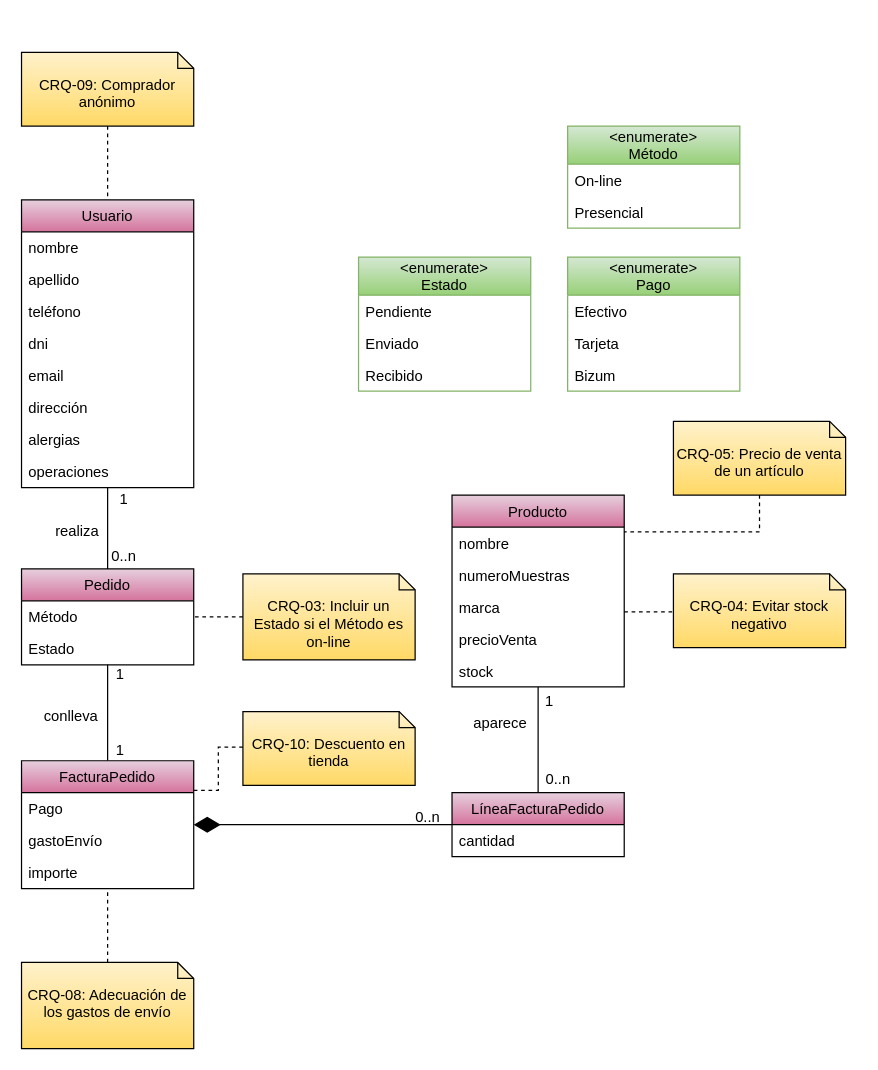
Above: page "Venta" (3 of 4) of Recursos/Diagrama UML IR.drawio in Jesusjbs/clinicaDental-ir (draw.io), before the change. Source tidied: cells renumbered, new cells numbered last; positions are measured from the earlier drawing's top-left corner, leaving out a move shared by most shapes. Both pictures are drawn from the tidied source at 123%, with x=0, y=0 at pixel (21, 52).
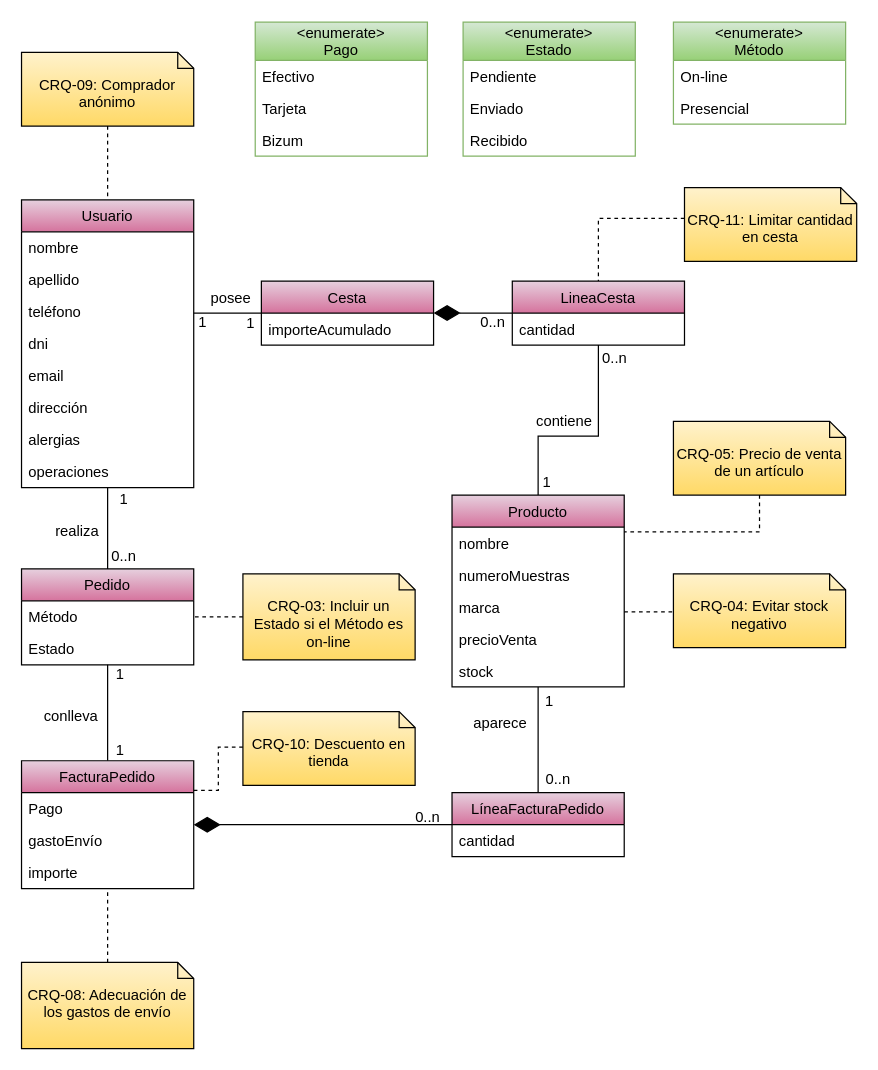
The same page after the edit.

The change refers to these unchanged cells:
```xml
<mxCell id="13" value="Producto" style="swimlane;fontStyle=0;horizontal=1;startSize=26;fillColor=#E6D0DE;gradientColor=#D5739D;" parent="1" vertex="1">
  <mxGeometry x="350" y="360" width="140" height="156" as="geometry" />
</mxCell>
<mxCell id="31" value="Usuario" style="swimlane;fontStyle=0;horizontal=1;startSize=26;fillColor=#E6D0DE;gradientColor=#D5739D;" parent="1" vertex="1">
  <mxGeometry y="120" width="140" height="234" as="geometry" />
</mxCell>
```

Change to the diagram source:
```diff
@@
     <mxCell id="6" value="&lt;enumerate&gt;&#10;Método" style="swimlane;fontStyle=0;horizontal=1;startSize=31;fillColor=#d5e8d4;strokeColor=#82b366;gradientColor=#97D077;" parent="1" vertex="1">
-      <mxGeometry x="444" y="60" width="140" height="83" as="geometry" />
+      <mxGeometry x="530" y="-24.5" width="140" height="83" as="geometry" />
     </mxCell>
@@
     <mxCell id="19" value="&lt;enumerate&gt;&#10;Pago" style="swimlane;fontStyle=0;horizontal=1;startSize=31;fillColor=#d5e8d4;strokeColor=#82b366;gradientColor=#97D077;" parent="1" vertex="1">
-      <mxGeometry x="444" y="166.5" width="140" height="109" as="geometry" />
+      <mxGeometry x="190" y="-24.5" width="140" height="109" as="geometry" />
     </mxCell>
@@
     <mxCell id="23" value="&lt;enumerate&gt;&#10;Estado" style="swimlane;fontStyle=0;horizontal=1;startSize=31;fillColor=#d5e8d4;strokeColor=#82b366;gradientColor=#97D077;" parent="1" vertex="1">
-      <mxGeometry x="274" y="166.5" width="140" height="109" as="geometry" />
+      <mxGeometry x="359" y="-24.5" width="140" height="109" as="geometry" />
     </mxCell>
@@
+    <mxCell id="63" value="Cesta" style="swimlane;fontStyle=0;horizontal=1;startSize=26;fillColor=#E6D0DE;gradientColor=#D5739D;" parent="1" vertex="1">
+      <mxGeometry x="195" y="186" width="140" height="52" as="geometry" />
+    </mxCell>
+    <mxCell id="64" value="importeAcumulado" style="text;strokeColor=none;fillColor=none;align=left;verticalAlign=top;spacingLeft=4;spacingRight=4;overflow=hidden;" parent="63" vertex="1">
+      <mxGeometry y="26" width="140" height="26" as="geometry" />
+    </mxCell>
+    <mxCell id="65" value="LineaCesta" style="swimlane;fontStyle=0;horizontal=1;startSize=26;fillColor=#E6D0DE;gradientColor=#D5739D;" parent="1" vertex="1">
+      <mxGeometry x="399" y="186" width="140" height="52" as="geometry" />
+    </mxCell>
+    <mxCell id="66" value="cantidad" style="text;strokeColor=none;fillColor=none;align=left;verticalAlign=top;spacingLeft=4;spacingRight=4;overflow=hidden;" parent="65" vertex="1">
+      <mxGeometry y="26" width="140" height="26" as="geometry" />
+    </mxCell>
+    <mxCell id="67" style="endArrow=none;html=1;edgeStyle=orthogonalEdgeStyle;rounded=0;" parent="1" edge="1" source="65" target="13">
+      <mxGeometry relative="1" as="geometry">
+        <Array as="points">
+          <mxPoint x="469" y="312" />
+          <mxPoint x="420" y="312" />
+        </Array>
+      </mxGeometry>
+    </mxCell>
+    <mxCell id="68" style="endArrow=none;html=1;edgeStyle=orthogonalEdgeStyle;" parent="1" edge="1" source="31" target="63">
+      <mxGeometry relative="1" as="geometry">
+        <Array as="points">
+          <mxPoint x="150" y="212" />
+          <mxPoint x="150" y="212" />
+        </Array>
+      </mxGeometry>
+    </mxCell>
+    <mxCell id="69" value="posee" style="text;html=1;align=center;verticalAlign=middle;" parent="1" vertex="1">
+      <mxGeometry x="145" y="190" width="50" height="20" as="geometry" />
+    </mxCell>
+    <mxCell id="70" style="endArrow=diamondThin;html=1;edgeStyle=orthogonalEdgeStyle;endFill=1;startSize=19;endSize=19;" parent="1" edge="1" source="65" target="63">
+      <mxGeometry relative="1" as="geometry" />
+    </mxCell>
+    <mxCell id="71" value="0..n" style="text;html=1;align=center;verticalAlign=middle;" parent="1" vertex="1">
+      <mxGeometry x="363" y="210" width="40" height="20" as="geometry" />
+    </mxCell>
+    <mxCell id="72" value="1" style="text;html=1;align=center;verticalAlign=middle;" parent="1" vertex="1">
+      <mxGeometry x="137" y="210" width="20" height="20" as="geometry" />
+    </mxCell>
+    <mxCell id="73" value="1" style="text;html=1;align=center;verticalAlign=middle;" parent="1" vertex="1">
+      <mxGeometry x="176" y="211" width="20" height="20" as="geometry" />
+    </mxCell>
+    <mxCell id="74" value="contiene" style="text;html=1;align=center;verticalAlign=middle;" parent="1" vertex="1">
+      <mxGeometry x="411" y="290" width="60" height="20" as="geometry" />
+    </mxCell>
+    <mxCell id="75" value="1" style="text;html=1;align=center;verticalAlign=middle;" parent="1" vertex="1">
+      <mxGeometry x="417" y="340" width="20" height="20" as="geometry" />
+    </mxCell>
+    <mxCell id="76" value="0..n" style="text;html=1;align=center;verticalAlign=middle;" parent="1" vertex="1">
+      <mxGeometry x="462" y="239" width="40" height="20" as="geometry" />
+    </mxCell>
+    <mxCell id="77" style="edgeStyle=orthogonalEdgeStyle;rounded=0;jumpSize=3;jettySize=auto;html=1;dashed=1;startSize=6;endArrow=none;endFill=0;endSize=6;strokeColor=#000000;strokeWidth=1;" parent="1" edge="1" source="78" target="65">
+      <mxGeometry relative="1" as="geometry">
+        <Array as="points">
+          <mxPoint x="469" y="135" />
+        </Array>
+      </mxGeometry>
+    </mxCell>
+    <mxCell id="78" value="CRQ-11: Limitar cantidad en cesta" style="shape=note2;boundedLbl=1;whiteSpace=wrap;html=1;size=13;verticalAlign=top;align=center;fillColor=#fff2cc;gradientColor=#ffd966;" parent="1" vertex="1">
+      <mxGeometry x="539" y="110" width="140" height="60" as="geometry" />
+    </mxCell>
```
